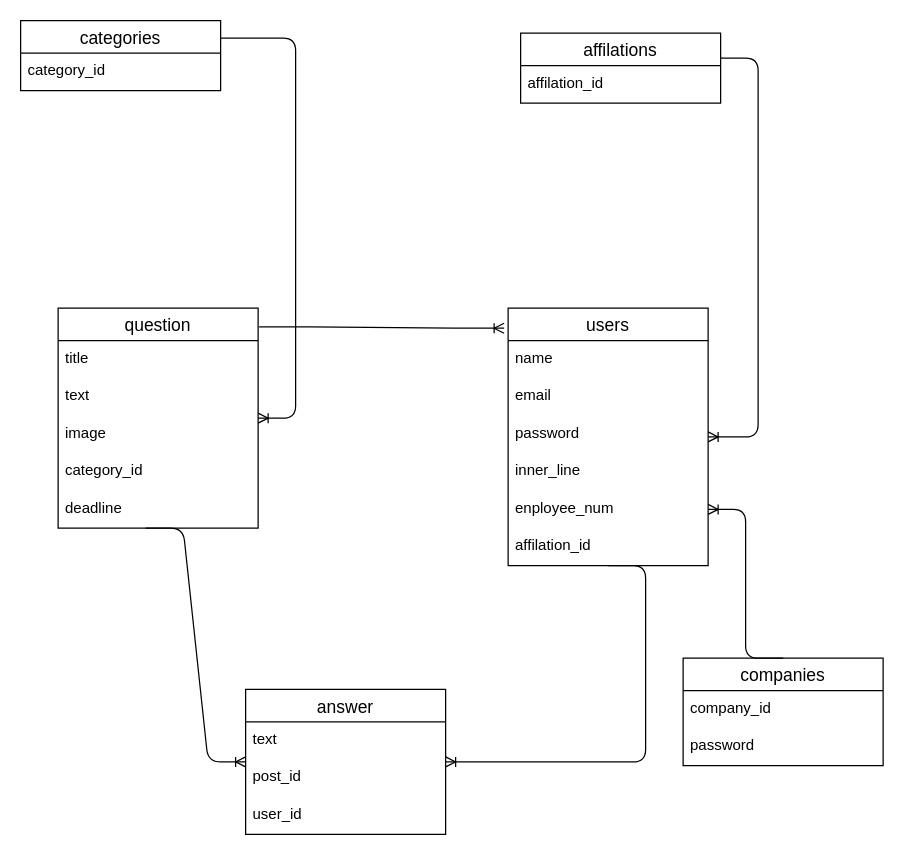
Above: DB設計.dio in 0zone-k/QandAhub (draw.io), before the change. Source tidied: cells renumbered, new cells numbered last; positions are measured from the earlier drawing's top-left corner, leaving out a move shared by most shapes. Both pictures are drawn from the tidied source at 125%, with x=0, y=0 at pixel (20, 20).
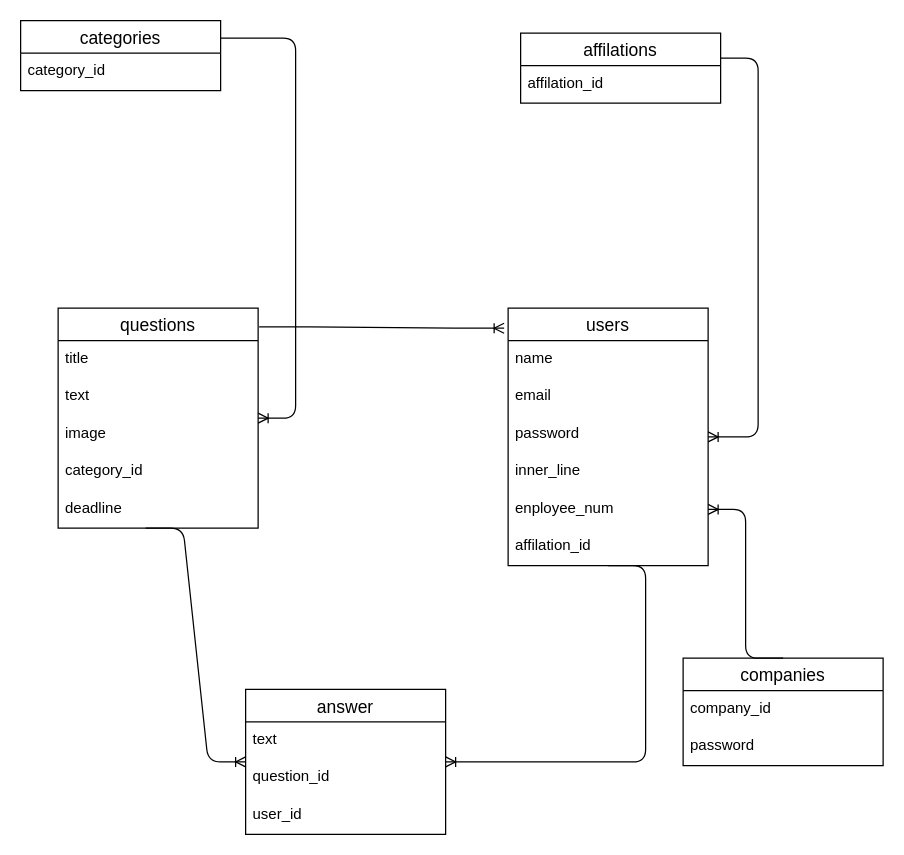
After the change.

The change refers to these unchanged cells:
```xml
<mxCell id="20" value="answer" style="swimlane;fontStyle=0;horizontal=1;startSize=26;align=center;fontSize=14;" parent="1" vertex="1">
  <mxGeometry x="180" y="535" width="160" height="116" as="geometry" />
</mxCell>
```

What changed in the source:
```diff
@@
-    <mxCell id="2" value="question" style="swimlane;fontStyle=0;horizontal=1;startSize=26;align=center;fontSize=14;" parent="1" vertex="1">
+    <mxCell id="2" value="questions" style="swimlane;fontStyle=0;horizontal=1;startSize=26;align=center;fontSize=14;" parent="1" vertex="1">
       <mxGeometry x="30" y="230" width="160" height="176" as="geometry" />
     </mxCell>
@@
-    <mxCell id="22" value="post_id" style="text;strokeColor=none;fillColor=none;spacingLeft=4;spacingRight=4;overflow=hidden;fontSize=12;" parent="20" vertex="1">
+    <mxCell id="22" value="question_id" style="text;strokeColor=none;fillColor=none;spacingLeft=4;spacingRight=4;overflow=hidden;fontSize=12;" parent="20" vertex="1">
       <mxGeometry y="56" width="160" height="30" as="geometry" />
     </mxCell>
```
